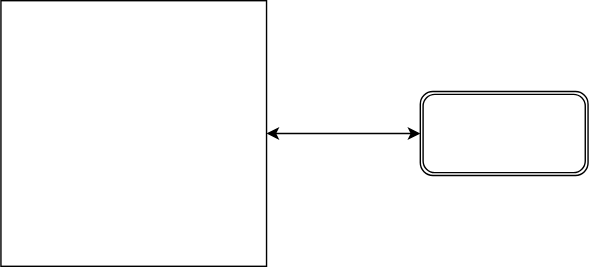
Before: script/Untitled Diagram.svg, a diagram exported from draw.io (sameo/gophercloud). Source tidied: cells renumbered, new cells last; positions are measured from the earlier drawing's top-left corner, leaving out a move shared by most shapes.
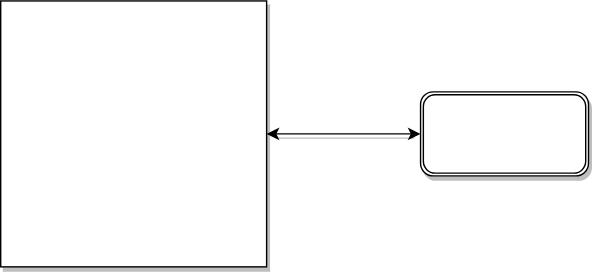
After the change.

The edit, as a diff of the source:
```diff
@@ -2,13 +2,13 @@
   <root>
     <mxCell id="0" />
     <mxCell id="1" parent="0" />
-    <mxCell id="2" style="whiteSpace=wrap;html=1;" parent="1" vertex="1">
+    <mxCell id="2" style="whiteSpace=wrap;html=1;shadow=1;" parent="1" vertex="1">
       <mxGeometry width="190" height="190" as="geometry" />
     </mxCell>
-    <mxCell id="3" style="shape=ext;double=1;rounded=1;whiteSpace=wrap;html=1;" parent="1" vertex="1">
+    <mxCell id="3" style="shape=ext;double=1;rounded=1;whiteSpace=wrap;html=1;shadow=1;" parent="1" vertex="1">
       <mxGeometry x="300" y="65" width="120" height="60" as="geometry" />
     </mxCell>
-    <mxCell id="4" style="endArrow=classic;startArrow=classic;html=1;entryX=0;entryY=0.5;exitX=1;exitY=0.5;" parent="1" edge="1" source="2" target="3">
+    <mxCell id="4" style="endArrow=classic;startArrow=classic;html=1;entryX=0;entryY=0.5;exitX=1;exitY=0.5;shadow=1;" parent="1" edge="1" source="2" target="3">
       <mxGeometry relative="1" as="geometry" />
     </mxCell>
   </root>
```
